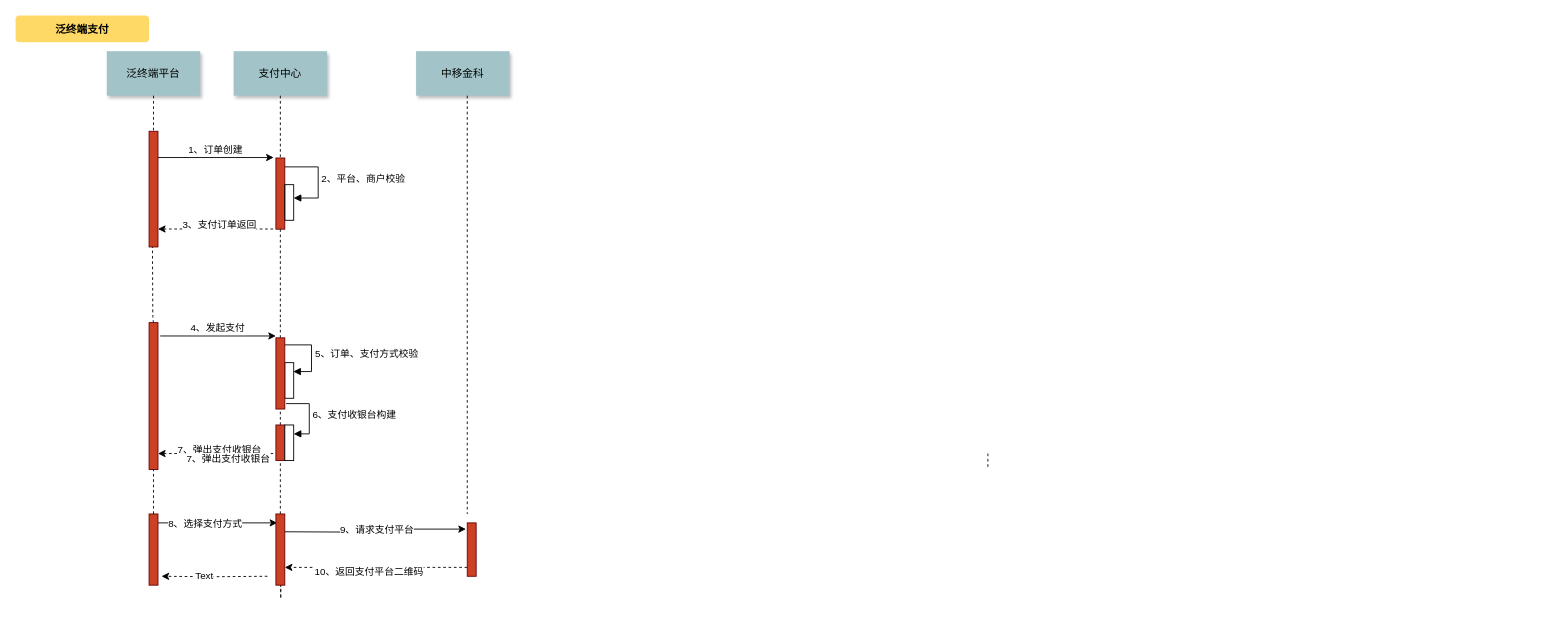
Before: 未命名绘图.drawio in 315944211/doc, a draw.io diagram. Source tidied: cells renumbered, new cells numbered last; positions are measured from the earlier drawing's top-left corner, leaving out a move shared by most shapes. Both pictures are drawn from the tidied source at 89%, with x=0, y=0 at pixel (15, 15).
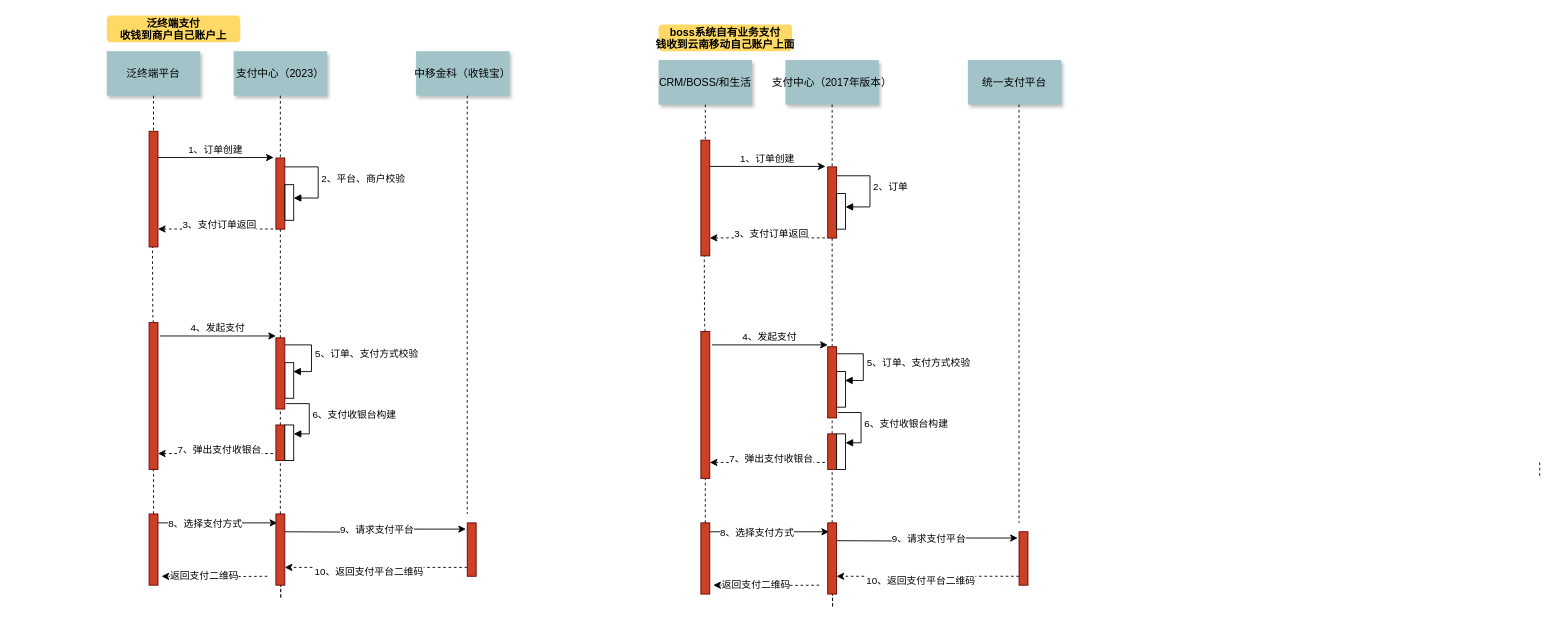
After the change.

Commit message (it also covers changes not shown here):
更新未命名绘图.drawio

The change refers to these unchanged cells:
```xml
<mxCell id="37" style="edgeStyle=orthogonalEdgeStyle;rounded=0;jettySize=auto;html=1;dashed=1;entryX=1.4;entryY=0.875;entryDx=0;entryDy=0;entryPerimeter=0;" parent="1" edge="1" target="32">
  <mxGeometry relative="1" as="geometry">
    <mxPoint x="283" y="630" as="sourcePoint" />
  </mxGeometry>
</mxCell>
```

What changed in the source:
```diff
@@
-    <mxCell id="4" value="支付中心" style="shadow=1;fillColor=#A2C4C9;strokeColor=none;" parent="1" vertex="1">
+    <mxCell id="4" value="支付中心（2023）" style="shadow=1;fillColor=#A2C4C9;strokeColor=none;" parent="1" vertex="1">
       <mxGeometry x="245" y="40" width="105" height="50" as="geometry" />
     </mxCell>
@@
-    <mxCell id="10" style="edgeStyle=none;endArrow=none;dashed=1;" parent="1" edge="1">
-      <mxGeometry x="1204.1" y="380.1" as="geometry">
-        <mxPoint x="1092.5" y="492.1" as="sourcePoint" />
-        <mxPoint x="1092.5" y="510" as="targetPoint" />
-      </mxGeometry>
-    </mxCell>
-    <mxCell id="11" value="泛终端支付" style="rounded=1;fontStyle=1;fillColor=#FFD966;strokeColor=none;" parent="1" vertex="1">
-      <mxGeometry width="150" height="30" as="geometry" />
+    <mxCell id="11" value="泛终端支付&#10;收钱到商户自己账户上" style="rounded=1;fontStyle=1;fillColor=#FFD966;strokeColor=none;" parent="1" vertex="1">
+      <mxGeometry x="102.5" width="150" height="30" as="geometry" />
     </mxCell>
@@
-    <mxCell id="38" value="Text" style="edgeLabel;html=1;align=center;verticalAlign=middle;" parent="37" vertex="1">
+    <mxCell id="38" value="返回支付二维码" style="edgeLabel;html=1;align=center;verticalAlign=middle;" parent="37" vertex="1">
       <mxGeometry x="0.2" y="-1" relative="1" as="geometry" />
     </mxCell>
@@
-    <mxCell id="43" value="中移金科" style="shadow=1;fillColor=#A2C4C9;strokeColor=none;" parent="1" vertex="1">
+    <mxCell id="43" value="中移金科（收钱宝）" style="shadow=1;fillColor=#A2C4C9;strokeColor=none;" parent="1" vertex="1">
       <mxGeometry x="450" y="40" width="105" height="50" as="geometry" />
     </mxCell>
@@
+    <mxCell id="46" value="CRM/BOSS/和生活" style="shadow=1;fillColor=#A2C4C9;strokeColor=none;" parent="1" vertex="1">
+      <mxGeometry x="722.5" y="50" width="105" height="50" as="geometry" />
+    </mxCell>
+    <mxCell id="47" style="fillColor=#CC4125;strokeColor=#660000;" parent="1" vertex="1">
+      <mxGeometry x="912.5" y="170" width="10" height="80" as="geometry" />
+    </mxCell>
+    <mxCell id="48" value="支付中心（2017年版本）" style="shadow=1;fillColor=#A2C4C9;strokeColor=none;" parent="1" vertex="1">
+      <mxGeometry x="865" y="50" width="105" height="50" as="geometry" />
+    </mxCell>
+    <mxCell id="49" style="edgeStyle=none;endArrow=none;dashed=1;" parent="1" edge="1" source="48" target="47">
+      <mxGeometry x="272.3" y="165" as="geometry" />
+    </mxCell>
+    <mxCell id="50" value="1、订单创建" style="edgeStyle=none;verticalLabelPosition=top;verticalAlign=bottom;" parent="1" edge="1">
+      <mxGeometry x="220" y="92" as="geometry">
+        <mxPoint x="780" y="169.5" as="sourcePoint" />
+        <mxPoint x="910" y="169.5" as="targetPoint" />
+      </mxGeometry>
+    </mxCell>
+    <mxCell id="51" style="edgeStyle=none;verticalLabelPosition=top;verticalAlign=bottom;endArrow=none;startArrow=classic;dashed=1;" parent="1" edge="1">
+      <mxGeometry x="220" y="172.3" as="geometry">
+        <mxPoint x="780" y="249.8" as="sourcePoint" />
+        <mxPoint x="910" y="249.8" as="targetPoint" />
+      </mxGeometry>
+    </mxCell>
+    <mxCell id="52" value="3、支付订单返回" style="edgeLabel;html=1;align=center;verticalAlign=middle;" parent="51" vertex="1">
+      <mxGeometry relative="1" as="geometry">
+        <mxPoint x="3" y="-5" as="offset" />
+      </mxGeometry>
+    </mxCell>
+    <mxCell id="53" style="edgeStyle=none;endArrow=none;dashed=1;" parent="1" edge="1" source="63">
+      <mxGeometry x="376.6" y="339.7" as="geometry">
+        <mxPoint x="917.5" y="350" as="targetPoint" />
+      </mxGeometry>
+    </mxCell>
+    <mxCell id="54" style="edgeStyle=none;endArrow=none;dashed=1;" parent="1" edge="1">
+      <mxGeometry x="1204.1" y="380.1" as="geometry">
+        <mxPoint x="1712.5" y="502.1" as="sourcePoint" />
+        <mxPoint x="1712.5" y="520" as="targetPoint" />
+      </mxGeometry>
+    </mxCell>
+    <mxCell id="55" value="boss系统自有业务支付&#10;钱收到云南移动自己账户上面" style="rounded=1;fontStyle=1;fillColor=#FFD966;strokeColor=none;" parent="1" vertex="1">
+      <mxGeometry x="722.5" y="10" width="150" height="30" as="geometry" />
+    </mxCell>
+    <mxCell id="56" style="html=1;points=[[0,0,0,0,5],[0,1,0,0,-5],[1,0,0,0,5],[1,1,0,0,-5]];perimeter=orthogonalPerimeter;outlineConnect=0;targetShapes=umlLifeline;portConstraint=eastwest;newEdgeStyle={&quot;curved&quot;:0,&quot;rounded&quot;:0};fillColor=none;" parent="1" vertex="1">
+      <mxGeometry x="922.5" y="200" width="10" height="40" as="geometry" />
+    </mxCell>
+    <mxCell id="57" value="2、订单" style="html=1;align=left;spacingLeft=2;endArrow=block;rounded=0;edgeStyle=orthogonalEdgeStyle;curved=0;rounded=0;" parent="1" edge="1" source="47" target="56">
+      <mxGeometry relative="1" as="geometry">
+        <Array as="points">
+          <mxPoint x="960" y="180" />
+          <mxPoint x="960" y="215" />
+        </Array>
+      </mxGeometry>
+    </mxCell>
+    <mxCell id="58" style="edgeStyle=none;endArrow=none;dashed=1;" parent="1" edge="1" source="47">
+      <mxGeometry x="376.6" y="339.7" as="geometry">
+        <mxPoint x="917.5" y="350" as="targetPoint" />
+      </mxGeometry>
+    </mxCell>
+    <mxCell id="59" value="4、发起支付" style="edgeStyle=none;verticalLabelPosition=top;verticalAlign=bottom;" parent="1" edge="1">
+      <mxGeometry as="geometry">
+        <mxPoint x="782.5" y="370" as="sourcePoint" />
+        <mxPoint x="912.5" y="370" as="targetPoint" />
+      </mxGeometry>
+    </mxCell>
+    <mxCell id="60" style="html=1;perimeter=orthogonalPerimeter;targetShapes=umlLifeline;newEdgeStyle={&quot;curved&quot;:0,&quot;rounded&quot;:0};" parent="1" vertex="1">
+      <mxGeometry x="922.5" y="400" width="10" height="40" as="geometry" />
+    </mxCell>
+    <mxCell id="61" value="5、订单、支付方式校验" style="html=1;align=left;spacingLeft=2;endArrow=block;rounded=0;edgeStyle=orthogonalEdgeStyle;curved=0;rounded=0;" parent="1" edge="1">
+      <mxGeometry relative="1" as="geometry">
+        <mxPoint x="922.5" y="380" as="sourcePoint" />
+        <mxPoint x="932" y="410" as="targetPoint" />
+        <Array as="points">
+          <mxPoint x="952.5" y="410" />
+        </Array>
+      </mxGeometry>
+    </mxCell>
+    <mxCell id="62" style="edgeStyle=none;endArrow=none;dashed=1;" parent="1" edge="1" source="65" target="63">
+      <mxGeometry x="376.6" y="339.7" as="geometry" />
+    </mxCell>
+    <mxCell id="63" style="fillColor=#CC4125;strokeColor=#660000;" parent="1" vertex="1">
+      <mxGeometry x="912.5" y="372.1" width="10" height="80" as="geometry" />
+    </mxCell>
+    <mxCell id="64" style="edgeStyle=none;endArrow=none;dashed=1;" parent="1" edge="1" source="82" target="65">
+      <mxGeometry x="376.6" y="339.7" as="geometry" />
+    </mxCell>
+    <mxCell id="65" style="fillColor=#CC4125;strokeColor=#660000;" parent="1" vertex="1">
+      <mxGeometry x="912.5" y="470" width="10" height="40" as="geometry" />
+    </mxCell>
+    <mxCell id="66" style="edgeStyle=none;verticalLabelPosition=top;verticalAlign=bottom;endArrow=none;startArrow=classic;dashed=1;" parent="1" edge="1">
+      <mxGeometry x="220" y="172.3" as="geometry">
+        <mxPoint x="780" y="502.1" as="sourcePoint" />
+        <mxPoint x="910" y="502.1" as="targetPoint" />
+      </mxGeometry>
+    </mxCell>
-    <mxCell id="45" value="7、弹出支付收银台" style="edgeLabel;html=1;align=center;verticalAlign=middle;" parent="1" vertex="1">
-      <mxGeometry x="238" y="497.1" as="geometry" />
+    <mxCell id="45" value="7、弹出支付收银台" style="edgeLabel;html=1;align=center;verticalAlign=middle;" parent="66" vertex="1">
+      <mxGeometry relative="1" as="geometry">
+        <mxPoint x="3" y="-5" as="offset" />
+      </mxGeometry>
     </mxCell>
+    <mxCell id="67" style="html=1;points=[[0,0,0,0,5],[0,1,0,0,-5],[1,0,0,0,5],[1,1,0,0,-5]];perimeter=orthogonalPerimeter;outlineConnect=0;targetShapes=umlLifeline;portConstraint=eastwest;newEdgeStyle={&quot;curved&quot;:0,&quot;rounded&quot;:0};" parent="1" vertex="1">
+      <mxGeometry x="922.5" y="470" width="10" height="40" as="geometry" />
+    </mxCell>
+    <mxCell id="68" value="6、支付收银台构建" style="html=1;align=left;spacingLeft=2;endArrow=block;rounded=0;edgeStyle=orthogonalEdgeStyle;curved=0;rounded=0;exitX=1.15;exitY=0.924;exitDx=0;exitDy=0;exitPerimeter=0;" parent="1" edge="1" source="63" target="67">
+      <mxGeometry relative="1" as="geometry">
+        <Array as="points">
+          <mxPoint x="950" y="446" />
+          <mxPoint x="950" y="480" />
+        </Array>
+      </mxGeometry>
+    </mxCell>
+    <mxCell id="69" style="edgeStyle=elbowEdgeStyle;elbow=horizontal;endArrow=none;dashed=1;" parent="1" edge="1" source="46" target="70">
+      <mxGeometry x="230" y="310" as="geometry" />
+    </mxCell>
+    <mxCell id="70" style="fillColor=#CC4125;strokeColor=#660000;" parent="1" vertex="1">
+      <mxGeometry x="770" y="140" width="10" height="130" as="geometry" />
+    </mxCell>
+    <mxCell id="71" style="fillColor=#CC4125;strokeColor=#660000;" parent="1" vertex="1">
+      <mxGeometry x="770" y="355" width="10" height="165" as="geometry" />
+    </mxCell>
+    <mxCell id="72" style="edgeStyle=none;endArrow=none;dashed=1;entryX=0.25;entryY=1;entryDx=0;entryDy=0;exitX=0.5;exitY=0;exitDx=0;exitDy=0;" parent="1" edge="1" source="71">
+      <mxGeometry x="376.6" y="339.7" as="geometry">
+        <mxPoint x="773.8" y="270" as="targetPoint" />
+        <Array as="points">
+          <mxPoint x="774.2" y="350" />
+        </Array>
+      </mxGeometry>
+    </mxCell>
+    <mxCell id="73" style="edgeStyle=orthogonalEdgeStyle;rounded=0;jettySize=auto;html=1;entryX=0.15;entryY=0.125;entryDx=0;entryDy=0;entryPerimeter=0;" parent="1" edge="1" source="75" target="82">
+      <mxGeometry relative="1" as="geometry">
+        <Array as="points">
+          <mxPoint x="880" y="580" />
+          <mxPoint x="880" y="580" />
+        </Array>
+      </mxGeometry>
+    </mxCell>
+    <mxCell id="74" value="8、选择支付方式" style="edgeLabel;html=1;align=center;verticalAlign=middle;" parent="73" vertex="1">
+      <mxGeometry x="-0.22" relative="1" as="geometry" />
+    </mxCell>
+    <mxCell id="75" style="fillColor=#CC4125;strokeColor=#660000;" parent="1" vertex="1">
+      <mxGeometry x="770" y="570" width="10" height="80" as="geometry" />
+    </mxCell>
+    <mxCell id="76" style="edgeStyle=none;endArrow=none;dashed=1;entryX=0.5;entryY=1;entryDx=0;entryDy=0;" parent="1" edge="1" target="71">
+      <mxGeometry x="376.6" y="339.7" as="geometry">
+        <mxPoint x="775" y="570" as="sourcePoint" />
+        <Array as="points">
+          <mxPoint x="775" y="570" />
+        </Array>
+      </mxGeometry>
+    </mxCell>
+    <mxCell id="77" style="edgeStyle=none;endArrow=none;dashed=1;" parent="1" edge="1" target="82">
+      <mxGeometry x="376.6" y="339.7" as="geometry">
+        <mxPoint x="917.8" y="570" as="sourcePoint" />
+        <Array as="points">
+          <mxPoint x="918" y="670" />
+        </Array>
+      </mxGeometry>
+    </mxCell>
+    <mxCell id="78" style="edgeStyle=orthogonalEdgeStyle;rounded=0;jettySize=auto;html=1;entryX=-0.15;entryY=0.117;entryDx=0;entryDy=0;entryPerimeter=0;" parent="1" edge="1" target="85">
+      <mxGeometry relative="1" as="geometry">
+        <mxPoint x="922.5" y="590" as="sourcePoint" />
+      </mxGeometry>
+    </mxCell>
+    <mxCell id="79" value="9、请求支付平台" style="edgeLabel;html=1;align=center;verticalAlign=middle;" parent="78" vertex="1">
+      <mxGeometry x="0.02" relative="1" as="geometry" />
+    </mxCell>
+    <mxCell id="80" style="edgeStyle=orthogonalEdgeStyle;rounded=0;jettySize=auto;html=1;dashed=1;entryX=1.4;entryY=0.875;entryDx=0;entryDy=0;entryPerimeter=0;" parent="1" edge="1" target="75">
+      <mxGeometry relative="1" as="geometry">
+        <mxPoint x="903" y="640" as="sourcePoint" />
+      </mxGeometry>
+    </mxCell>
+    <mxCell id="81" value="返回支付二维码" style="edgeLabel;html=1;align=center;verticalAlign=middle;" parent="80" vertex="1">
+      <mxGeometry x="0.2" y="-1" relative="1" as="geometry" />
+    </mxCell>
+    <mxCell id="82" style="fillColor=#CC4125;strokeColor=#660000;" parent="1" vertex="1">
+      <mxGeometry x="912.5" y="570" width="10" height="80" as="geometry" />
+    </mxCell>
+    <mxCell id="83" style="edgeStyle=orthogonalEdgeStyle;rounded=0;jettySize=auto;html=1;dashed=1;entryX=1;entryY=0.75;entryDx=0;entryDy=0;" parent="1" edge="1" source="85" target="82">
+      <mxGeometry relative="1" as="geometry">
+        <Array as="points">
+          <mxPoint x="1060" y="630" />
+          <mxPoint x="1060" y="630" />
+        </Array>
+      </mxGeometry>
+    </mxCell>
+    <mxCell id="84" value="10、返回支付平台二维码" style="edgeLabel;html=1;align=center;verticalAlign=middle;" parent="83" vertex="1">
+      <mxGeometry x="0.08" y="4" relative="1" as="geometry" />
+    </mxCell>
+    <mxCell id="85" style="fillColor=#CC4125;strokeColor=#660000;" parent="1" vertex="1">
+      <mxGeometry x="1127.5" y="580" width="10" height="60" as="geometry" />
+    </mxCell>
+    <mxCell id="86" value="统一支付平台" style="shadow=1;fillColor=#A2C4C9;strokeColor=none;" parent="1" vertex="1">
+      <mxGeometry x="1070" y="50" width="105" height="50" as="geometry" />
+    </mxCell>
+    <mxCell id="87" style="edgeStyle=none;endArrow=none;dashed=1;" parent="1" edge="1">
+      <mxGeometry x="376.6" y="339.7" as="geometry">
+        <mxPoint x="1127.5" y="100" as="sourcePoint" />
+        <mxPoint x="1127.5" y="570" as="targetPoint" />
+      </mxGeometry>
+    </mxCell>
```
